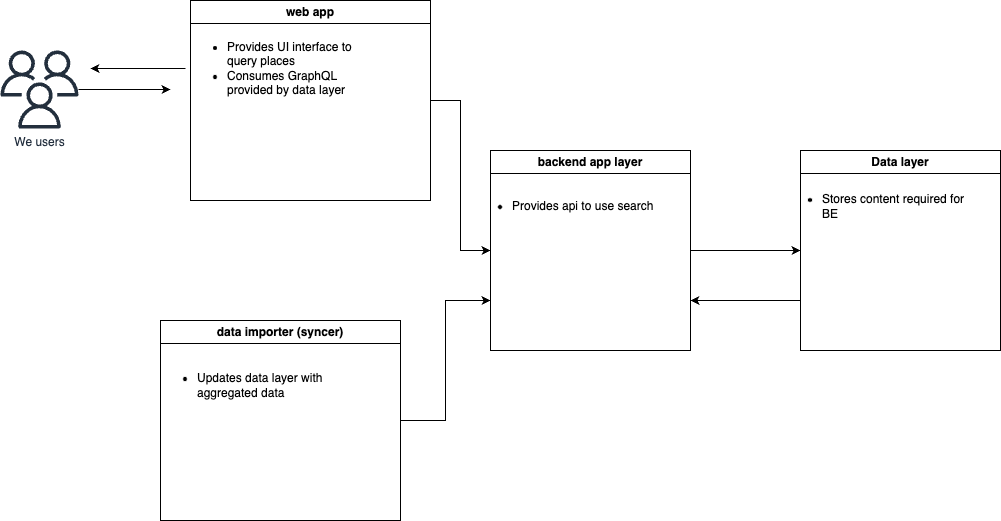
ikondrat/monopoc keeps this draw.io diagram as lcs-search-service/lcs-architecture.drawio.png. Above is the earlier version. Source tidied: cells renumbered, new cells last; positions are measured from the earlier drawing's top-left corner, leaving out a move shared by most shapes.
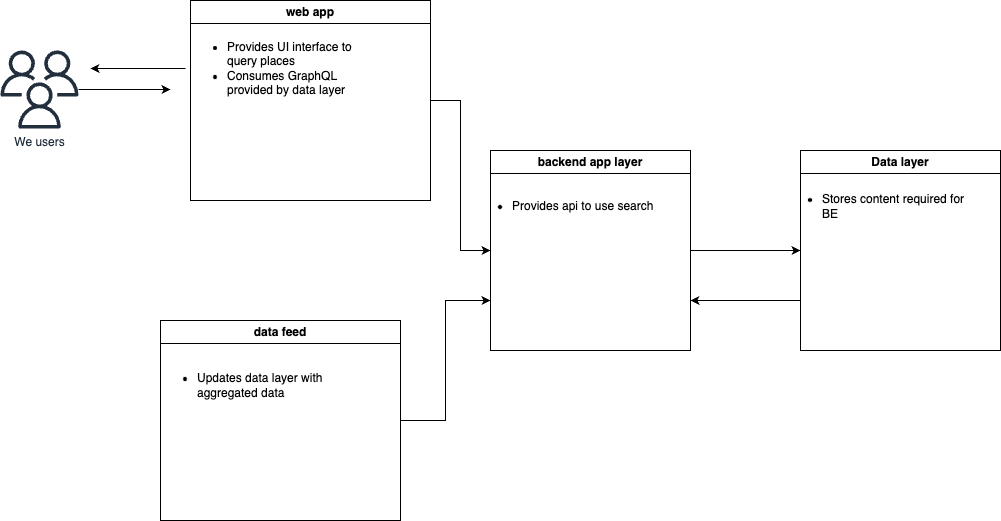
The same file after the commit.

Change to the diagram source:
```diff
@@ -36,7 +36,7 @@
     <mxCell id="11" style="edgeStyle=orthogonalEdgeStyle;rounded=0;jettySize=auto;html=1;exitX=1;exitY=0.5;exitDx=0;exitDy=0;entryX=0;entryY=0.75;entryDx=0;entryDy=0;" parent="1" edge="1" source="12" target="9">
       <mxGeometry relative="1" as="geometry" />
     </mxCell>
-    <mxCell id="12" value="data importer (syncer)" style="swimlane;whiteSpace=wrap;html=1;" parent="1" vertex="1">
+    <mxCell id="12" value="data feed" style="swimlane;whiteSpace=wrap;html=1;" parent="1" vertex="1">
       <mxGeometry x="160" y="320" width="240" height="200" as="geometry" />
     </mxCell>
     <mxCell id="13" value="&lt;ul&gt;&lt;li&gt;Updates data layer with aggregated data&lt;/li&gt;&lt;/ul&gt;" style="text;strokeColor=none;align=left;fillColor=none;html=1;verticalAlign=middle;whiteSpace=wrap;rounded=0;" parent="12" vertex="1">
```
